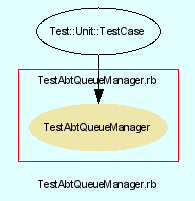
The Graphviz diagram src/trunk/doc/dot/f_13.png in eschabell/abtlinux, before a commit. Its source is kept beside it as src/trunk/doc/dot/f_13.dot.
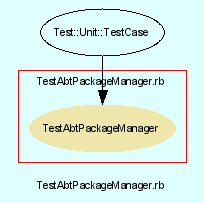
The same diagram one commit later.

Diff of the diagram source:
```diff
@@ -3,24 +3,24 @@
     bgcolor = lightcyan1
     fontname = Arial
     fontsize = 8
-    label = "TestAbtQueueManager.rb"
+    label = "TestAbtPackageManager.rb"
     node [
         fontname = Arial,
         fontsize = 8,
         color = black
     ]
 
-    subgraph cluster_14 {
+    subgraph cluster_13 {
         fontname = Arial
         color = red
-        label = "TestAbtQueueManager.rb"
-        TestAbtQueueManager [
+        label = "TestAbtPackageManager.rb"
+        TestAbtPackageManager [
             fontcolor = black,
-            URL = "classes/TestAbtQueueManager.html",
+            URL = "classes/TestAbtPackageManager.html",
             shape = ellipse,
             color = palegoldenrod,
             style = filled,
-            label = "TestAbtQueueManager"
+            label = "TestAbtPackageManager"
         ]
 
     }
@@ -30,7 +30,7 @@
         label = "Test::Unit::TestCase"
     ]
 
-    Test__Unit__TestCase -> TestAbtQueueManager [
+    Test__Unit__TestCase -> TestAbtPackageManager [
 
     ]
 
```
